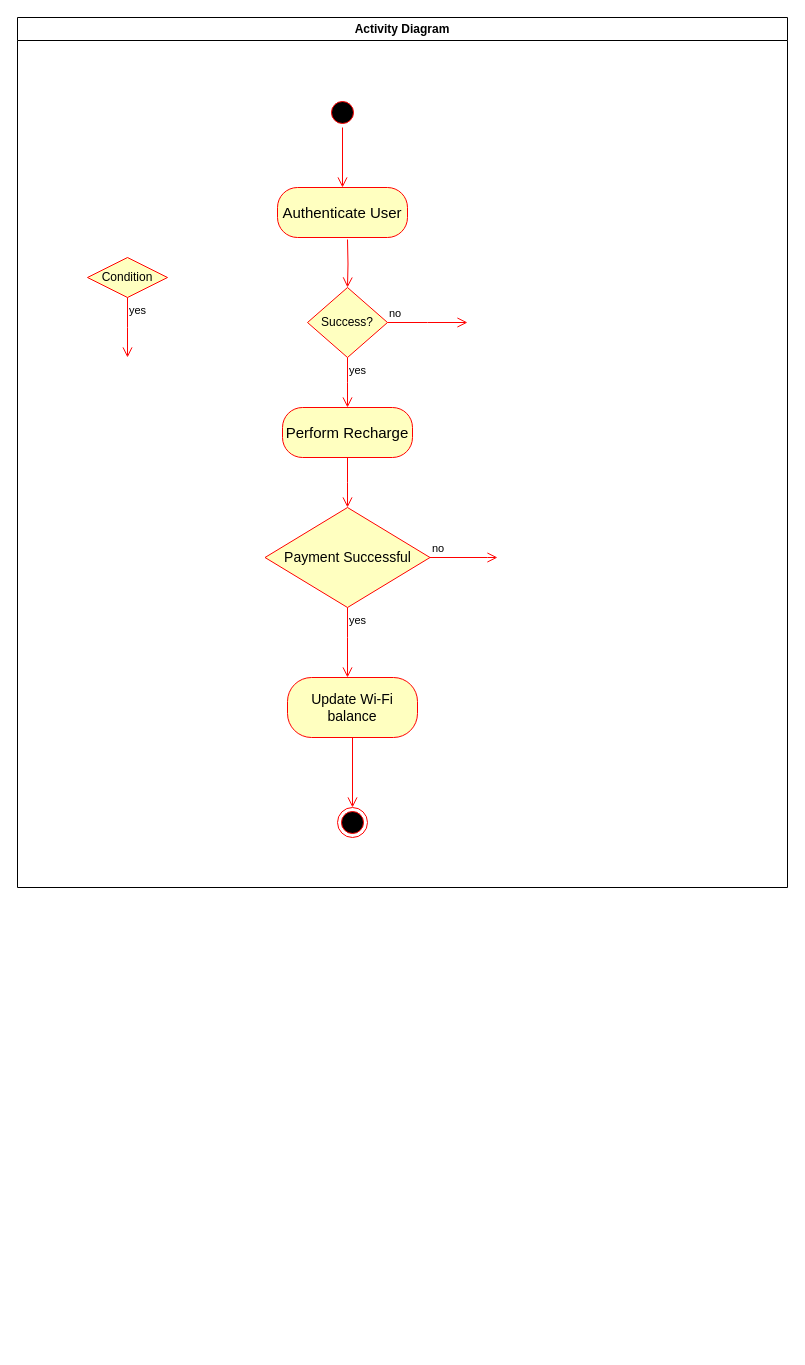
This is activity.drawio from LeloKarma/website, a draw.io file, before an edit. Source tidied: cells renumbered, new cells numbered last; positions are measured from the earlier drawing's top-left corner, leaving out a move shared by most shapes. Both pictures are drawn from the tidied source at 100%, with x=0, y=0 at pixel (17, 17).
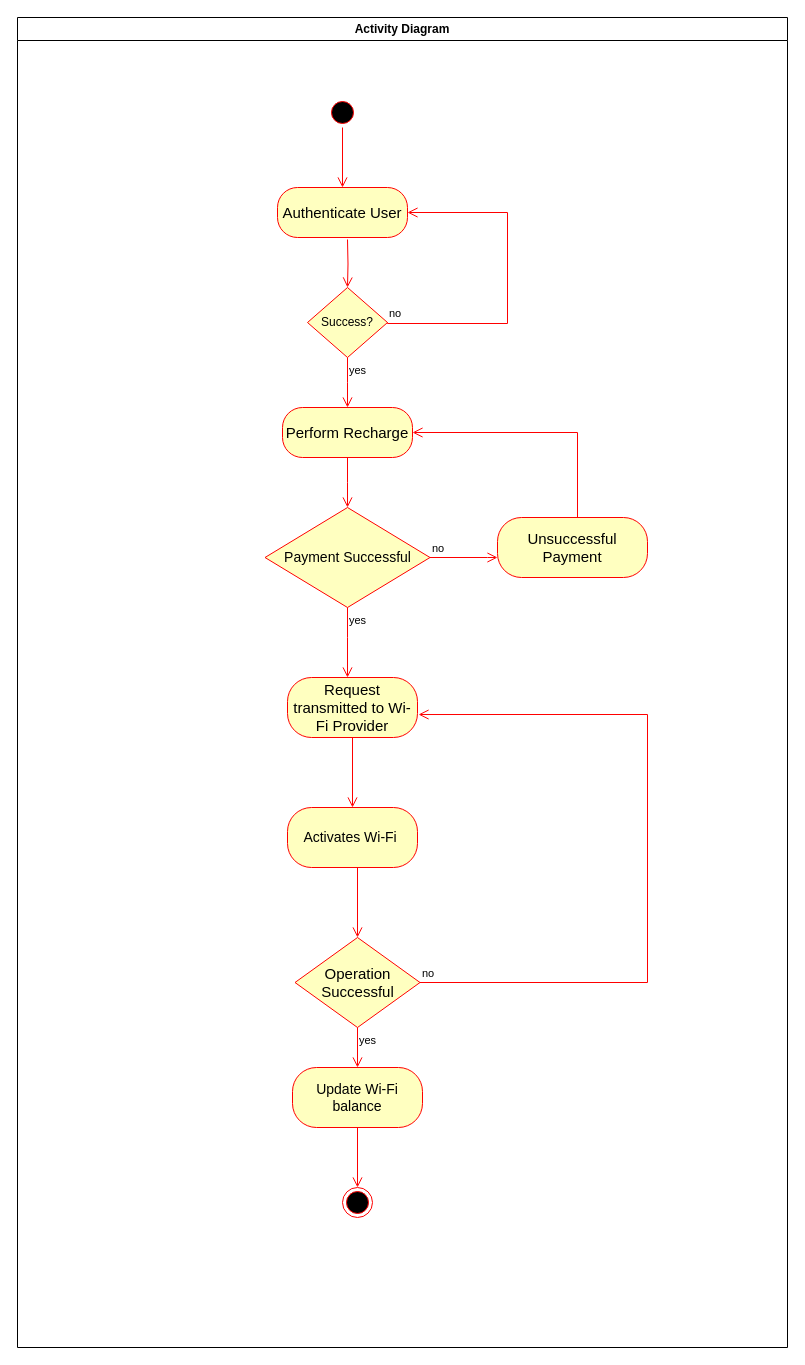
The same diagram, later.

Commit message:
Mettre à jour activity.drawio

Unchanged cells that the change refers to:
```xml
<mxCell id="5" value="&lt;font style=&quot;font-size: 15px;&quot;&gt;Authenticate User&lt;/font&gt;" style="rounded=1;whiteSpace=wrap;html=1;arcSize=40;fontColor=#000000;fillColor=#ffffc0;strokeColor=#ff0000;" parent="2" vertex="1">
  <mxGeometry x="260" y="170" width="130" height="50" as="geometry" />
</mxCell>
<mxCell id="6" value="Success?" style="rhombus;whiteSpace=wrap;html=1;fontColor=#000000;fillColor=#ffffc0;strokeColor=#ff0000;" parent="2" vertex="1">
  <mxGeometry x="290" y="270" width="80" height="70" as="geometry" />
</mxCell>
<mxCell id="9" value="&lt;span style=&quot;font-size: 15px;&quot;&gt;Perform Recharge&lt;/span&gt;" style="rounded=1;whiteSpace=wrap;html=1;arcSize=40;fontColor=#000000;fillColor=#ffffc0;strokeColor=#ff0000;" parent="2" vertex="1">
  <mxGeometry x="265" y="390" width="130" height="50" as="geometry" />
</mxCell>
```

What changed in the source:
```diff
@@
     <mxCell id="2" value="Activity Diagram" style="swimlane;whiteSpace=wrap;" parent="1" vertex="1">
-      <mxGeometry width="770" height="870" as="geometry" />
+      <mxGeometry width="770" height="1330" as="geometry" />
     </mxCell>
@@
-    <mxCell id="11" value="Condition" style="rhombus;whiteSpace=wrap;html=1;fontColor=#000000;fillColor=#ffffc0;strokeColor=#ff0000;" parent="2" vertex="1">
-      <mxGeometry x="70" y="240" width="80" height="40" as="geometry" />
-    </mxCell>
-    <mxCell id="12" value="no" style="edgeStyle=orthogonalEdgeStyle;html=1;align=left;verticalAlign=bottom;endArrow=open;endSize=8;strokeColor=#ff0000;rounded=0;" parent="2" edge="1" source="6">
+    <mxCell id="12" value="no" style="edgeStyle=orthogonalEdgeStyle;html=1;align=left;verticalAlign=bottom;endArrow=open;endSize=8;strokeColor=#ff0000;rounded=0;entryX=1;entryY=0.5;entryDx=0;entryDy=0;" parent="2" edge="1" target="5">
       <mxGeometry x="-1" relative="1" as="geometry">
-        <mxPoint x="450" y="305" as="targetPoint" />
+        <mxPoint x="370" y="305" as="sourcePoint" />
+        <Array as="points">
+          <mxPoint x="370" y="306" />
+          <mxPoint x="490" y="306" />
+          <mxPoint x="490" y="195" />
+        </Array>
       </mxGeometry>
     </mxCell>
-    <mxCell id="13" value="yes" style="edgeStyle=orthogonalEdgeStyle;html=1;align=left;verticalAlign=top;endArrow=open;endSize=8;strokeColor=#ff0000;rounded=0;" parent="2" edge="1" source="11">
+    <mxCell id="13" style="edgeStyle=orthogonalEdgeStyle;html=1;align=left;verticalAlign=top;endArrow=open;endSize=8;strokeColor=#ff0000;rounded=0;exitX=0.5;exitY=1;exitDx=0;exitDy=0;" parent="2" edge="1" source="22">
       <mxGeometry x="-1" relative="1" as="geometry">
-        <mxPoint x="110" y="340" as="targetPoint" />
+        <mxPoint x="340" y="920" as="targetPoint" />
+        <Array as="points">
+          <mxPoint x="340" y="850" />
+        </Array>
       </mxGeometry>
     </mxCell>
@@
-    <mxCell id="17" value="&lt;font style=&quot;font-size: 14px;&quot;&gt;Update Wi-Fi balance&lt;/font&gt;" style="rounded=1;whiteSpace=wrap;html=1;arcSize=40;fontColor=#000000;fillColor=#ffffc0;strokeColor=#ff0000;" parent="2" vertex="1">
+    <mxCell id="17" value="&lt;font style=&quot;font-size: 15px;&quot;&gt;Request transmitted to Wi-Fi Provider&lt;/font&gt;" style="rounded=1;whiteSpace=wrap;html=1;arcSize=40;fontColor=#000000;fillColor=#ffffc0;strokeColor=#ff0000;" parent="2" vertex="1">
       <mxGeometry x="270" y="660" width="130" height="60" as="geometry" />
     </mxCell>
@@
     <mxCell id="19" style="ellipse;html=1;shape=endState;fillColor=#000000;strokeColor=#ff0000;" parent="2" vertex="1">
-      <mxGeometry x="320" y="790" width="30" height="30" as="geometry" />
+      <mxGeometry x="325" y="1170" width="30" height="30" as="geometry" />
     </mxCell>
+    <mxCell id="20" value="&lt;font style=&quot;font-size: 15px;&quot;&gt;Unsuccessful Payment&lt;/font&gt;" style="rounded=1;whiteSpace=wrap;html=1;arcSize=40;fontColor=#000000;fillColor=#ffffc0;strokeColor=#ff0000;" parent="2" vertex="1">
+      <mxGeometry x="480" y="500" width="150" height="60" as="geometry" />
+    </mxCell>
+    <mxCell id="21" style="edgeStyle=orthogonalEdgeStyle;html=1;verticalAlign=bottom;endArrow=open;endSize=8;strokeColor=#ff0000;rounded=0;entryX=1;entryY=0.5;entryDx=0;entryDy=0;exitX=0.5;exitY=0;exitDx=0;exitDy=0;" parent="2" edge="1" source="20" target="9">
+      <mxGeometry relative="1" as="geometry">
+        <Array as="points">
+          <mxPoint x="560" y="500" />
+          <mxPoint x="560" y="415" />
+        </Array>
+      </mxGeometry>
+    </mxCell>
+    <mxCell id="22" value="&lt;font style=&quot;font-size: 14px;&quot;&gt;Activates Wi-Fi&amp;nbsp;&lt;/font&gt;" style="rounded=1;whiteSpace=wrap;html=1;arcSize=40;fontColor=#000000;fillColor=#ffffc0;strokeColor=#ff0000;" parent="2" vertex="1">
+      <mxGeometry x="270" y="790" width="130" height="60" as="geometry" />
+    </mxCell>
+    <mxCell id="23" value="&lt;font style=&quot;font-size: 14px;&quot;&gt;Update Wi-Fi balance&lt;/font&gt;" style="rounded=1;whiteSpace=wrap;html=1;arcSize=40;fontColor=#000000;fillColor=#ffffc0;strokeColor=#ff0000;" parent="2" vertex="1">
+      <mxGeometry x="275" y="1050" width="130" height="60" as="geometry" />
+    </mxCell>
+    <mxCell id="24" value="&lt;font style=&quot;font-size: 15px;&quot;&gt;Operation Successful&lt;/font&gt;" style="rhombus;whiteSpace=wrap;html=1;fontColor=#000000;fillColor=#ffffc0;strokeColor=#ff0000;" parent="2" vertex="1">
+      <mxGeometry x="277.5" y="920" width="125" height="90" as="geometry" />
+    </mxCell>
+    <mxCell id="25" value="no" style="edgeStyle=orthogonalEdgeStyle;html=1;align=left;verticalAlign=bottom;endArrow=open;endSize=8;strokeColor=#ff0000;rounded=0;entryX=1.008;entryY=0.617;entryDx=0;entryDy=0;entryPerimeter=0;exitX=1;exitY=0.5;exitDx=0;exitDy=0;" parent="2" edge="1" source="24" target="17">
+      <mxGeometry x="-1" relative="1" as="geometry">
+        <Array as="points">
+          <mxPoint x="630" y="965" />
+          <mxPoint x="630" y="697" />
+        </Array>
+      </mxGeometry>
+    </mxCell>
+    <mxCell id="26" value="yes" style="edgeStyle=orthogonalEdgeStyle;html=1;align=left;verticalAlign=top;endArrow=open;endSize=8;strokeColor=#ff0000;rounded=0;entryX=0.5;entryY=0;entryDx=0;entryDy=0;" parent="2" edge="1" source="24" target="23">
+      <mxGeometry x="-1" relative="1" as="geometry" />
+    </mxCell>
+    <mxCell id="27" style="edgeStyle=orthogonalEdgeStyle;html=1;verticalAlign=bottom;endArrow=open;endSize=8;strokeColor=#ff0000;rounded=0;" parent="2" edge="1">
+      <mxGeometry relative="1" as="geometry">
+        <mxPoint x="340" y="1110" as="sourcePoint" />
+        <mxPoint x="340" y="1170" as="targetPoint" />
+      </mxGeometry>
+    </mxCell>
```
